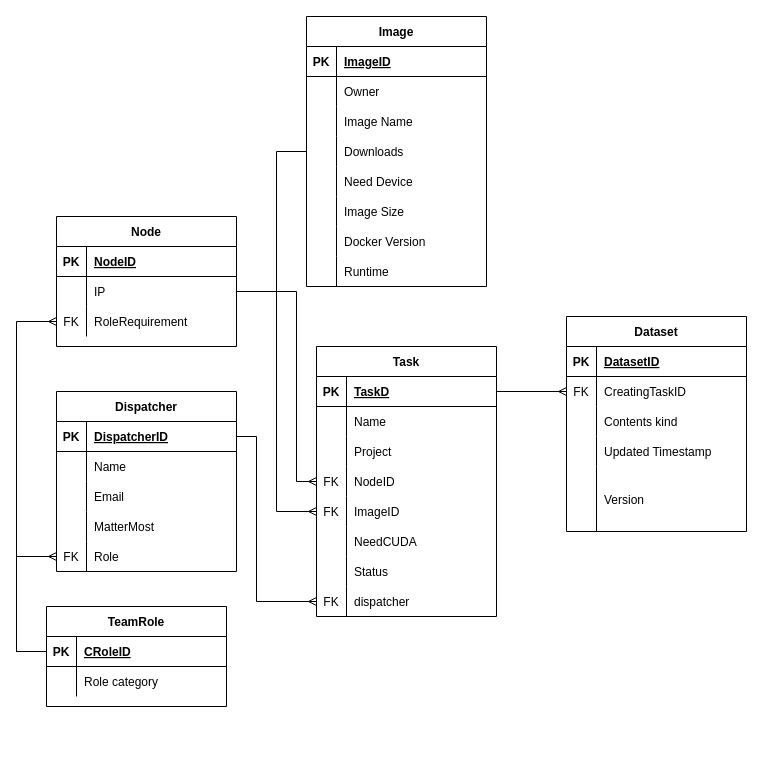
Earlier version of the draw.io diagram page "Страница 1" (1 of 2) of labs/lab01_no_bs/er2.drawio (awarebayes/bases). Source tidied: cells renumbered, new cells numbered last; positions are measured from the earlier drawing's top-left corner, leaving out a move shared by most shapes. Both pictures are drawn from the tidied source at 100%, with x=0, y=0 at pixel (16, 16).
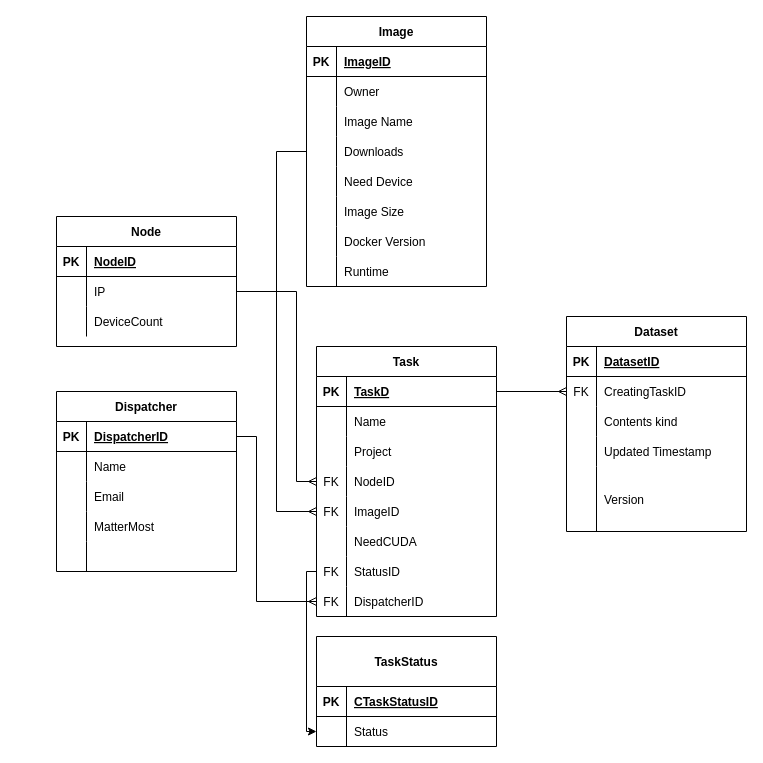
After the change.

The change refers to these unchanged cells:
```xml
<mxCell id="21" style="shape=partialRectangle;fillColor=none;top=0;left=0;bottom=0;right=0;points=[[0,0.5],[1,0.5]];portConstraint=eastwest;" parent="2" vertex="1">
  <mxGeometry y="210" width="180" height="30" as="geometry" />
</mxCell>
<mxCell id="24" style="shape=partialRectangle;fillColor=none;top=0;left=0;bottom=0;right=0;points=[[0,0.5],[1,0.5]];portConstraint=eastwest;" parent="2" vertex="1">
  <mxGeometry y="240" width="180" height="30" as="geometry" />
</mxCell>
<mxCell id="40" style="shape=partialRectangle;fillColor=none;top=0;left=0;bottom=0;right=0;points=[[0,0.5],[1,0.5]];portConstraint=eastwest;" parent="27" vertex="1">
  <mxGeometry y="150" width="180" height="30" as="geometry" />
</mxCell>
<mxCell id="100" style="shape=partialRectangle;fillColor=none;top=0;left=0;bottom=0;right=0;points=[[0,0.5],[1,0.5]];portConstraint=eastwest;" parent="93" vertex="1">
  <mxGeometry y="90" width="180" height="30" as="geometry" />
</mxCell>
```

The edit, as a diff of the source:
```diff
@@
-    <mxCell id="22" style="shape=partialRectangle;fillColor=none;top=0;left=0;bottom=0;right=0;overflow=hidden;" parent="21" vertex="1">
+    <mxCell id="22" value="FK" style="shape=partialRectangle;fillColor=none;top=0;left=0;bottom=0;right=0;overflow=hidden;" parent="21" vertex="1">
       <mxGeometry width="30" height="30" as="geometry" />
     </mxCell>
-    <mxCell id="23" value="Status" style="shape=partialRectangle;fillColor=none;top=0;left=0;bottom=0;right=0;align=left;spacingLeft=6;overflow=hidden;" parent="21" vertex="1">
+    <mxCell id="23" value="StatusID" style="shape=partialRectangle;fillColor=none;top=0;left=0;bottom=0;right=0;align=left;spacingLeft=6;overflow=hidden;" parent="21" vertex="1">
       <mxGeometry x="30" width="150" height="30" as="geometry" />
     </mxCell>
@@
-    <mxCell id="26" value="dispatcher" style="shape=partialRectangle;fillColor=none;top=0;left=0;bottom=0;right=0;align=left;spacingLeft=6;overflow=hidden;" parent="24" vertex="1">
+    <mxCell id="26" value="DispatcherID" style="shape=partialRectangle;fillColor=none;top=0;left=0;bottom=0;right=0;align=left;spacingLeft=6;overflow=hidden;" parent="24" vertex="1">
       <mxGeometry x="30" width="150" height="30" as="geometry" />
     </mxCell>
@@
-    <mxCell id="41" value="FK" style="shape=partialRectangle;fillColor=none;top=0;left=0;bottom=0;right=0;overflow=hidden;" parent="40" vertex="1">
+    <mxCell id="41" style="shape=partialRectangle;fillColor=none;top=0;left=0;bottom=0;right=0;overflow=hidden;" parent="40" vertex="1">
       <mxGeometry width="30" height="30" as="geometry" />
     </mxCell>
-    <mxCell id="42" value="Role" style="shape=partialRectangle;fillColor=none;top=0;left=0;bottom=0;right=0;align=left;spacingLeft=6;overflow=hidden;" parent="40" vertex="1">
+    <mxCell id="42" style="shape=partialRectangle;fillColor=none;top=0;left=0;bottom=0;right=0;align=left;spacingLeft=6;overflow=hidden;" parent="40" vertex="1">
       <mxGeometry x="30" width="150" height="30" as="geometry" />
     </mxCell>
@@
-    <mxCell id="85" value="TeamRole" style="shape=table;startSize=30;childLayout=tableLayout;rowLines=0;fontStyle=1;align=center;" parent="1" vertex="1">
-      <mxGeometry x="30" y="590" width="180" height="100" as="geometry" />
+    <mxCell id="85" value="TaskStatus" style="shape=table;startSize=50;childLayout=tableLayout;rowLines=0;fontStyle=1;align=center;" parent="1" vertex="1">
+      <mxGeometry x="300" y="620" width="180" height="110" as="geometry" />
     </mxCell>
     <mxCell id="86" style="shape=partialRectangle;fillColor=none;top=0;left=0;bottom=1;right=0;points=[[0,0.5],[1,0.5]];portConstraint=eastwest;" parent="85" vertex="1">
-      <mxGeometry y="30" width="180" height="30" as="geometry" />
+      <mxGeometry y="50" width="180" height="30" as="geometry" />
     </mxCell>
@@
-    <mxCell id="88" value="CRoleID" style="shape=partialRectangle;fillColor=none;top=0;left=0;bottom=0;right=0;align=left;spacingLeft=6;fontStyle=5;overflow=hidden;" parent="86" vertex="1">
+    <mxCell id="88" value="CTaskStatusID" style="shape=partialRectangle;fillColor=none;top=0;left=0;bottom=0;right=0;align=left;spacingLeft=6;fontStyle=5;overflow=hidden;" parent="86" vertex="1">
       <mxGeometry x="30" width="150" height="30" as="geometry" />
     </mxCell>
     <mxCell id="89" style="shape=partialRectangle;fillColor=none;top=0;left=0;bottom=0;right=0;points=[[0,0.5],[1,0.5]];portConstraint=eastwest;" parent="85" vertex="1">
-      <mxGeometry y="60" width="180" height="30" as="geometry" />
+      <mxGeometry y="80" width="180" height="30" as="geometry" />
     </mxCell>
@@
-    <mxCell id="91" value="Role category" style="shape=partialRectangle;fillColor=none;top=0;left=0;bottom=0;right=0;align=left;spacingLeft=6;overflow=hidden;" parent="89" vertex="1">
+    <mxCell id="91" value="Status" style="shape=partialRectangle;fillColor=none;top=0;left=0;bottom=0;right=0;align=left;spacingLeft=6;overflow=hidden;" parent="89" vertex="1">
       <mxGeometry x="30" width="150" height="30" as="geometry" />
     </mxCell>
-    <mxCell id="92" style="edgeStyle=orthogonalEdgeStyle;rounded=0;jettySize=auto;html=1;exitX=0;exitY=0.5;exitDx=0;exitDy=0;endArrow=ERmany;endFill=0;entryX=0;entryY=0.5;entryDx=0;entryDy=0;" parent="1" edge="1" source="86" target="40">
-      <mxGeometry relative="1" as="geometry">
-        <Array as="points">
-          <mxPoint y="635" />
-          <mxPoint y="540" />
-        </Array>
-      </mxGeometry>
-    </mxCell>
@@
-    <mxCell id="101" value="FK" style="shape=partialRectangle;fillColor=none;top=0;left=0;bottom=0;right=0;overflow=hidden;" parent="100" vertex="1">
+    <mxCell id="101" style="shape=partialRectangle;fillColor=none;top=0;left=0;bottom=0;right=0;overflow=hidden;" parent="100" vertex="1">
       <mxGeometry width="30" height="30" as="geometry" />
     </mxCell>
-    <mxCell id="102" value="RoleRequirement" style="shape=partialRectangle;fillColor=none;top=0;left=0;bottom=0;right=0;align=left;spacingLeft=6;overflow=hidden;" parent="100" vertex="1">
+    <mxCell id="102" value="DeviceCount" style="shape=partialRectangle;fillColor=none;top=0;left=0;bottom=0;right=0;align=left;spacingLeft=6;overflow=hidden;" parent="100" vertex="1">
       <mxGeometry x="30" width="150" height="30" as="geometry" />
     </mxCell>
@@
-    <mxCell id="106" style="edgeStyle=orthogonalEdgeStyle;shape=connector;rounded=0;html=1;exitX=0;exitY=0.5;exitDx=0;exitDy=0;entryX=0;entryY=0.5;entryDx=0;entryDy=0;labelBackgroundColor=default;fontFamily=Helvetica;fontSize=11;fontColor=default;endArrow=ERmany;endFill=0;strokeColor=default;" parent="1" edge="1" source="86" target="100">
-      <mxGeometry relative="1" as="geometry">
-        <Array as="points">
-          <mxPoint y="635" />
-          <mxPoint y="305" />
-        </Array>
-      </mxGeometry>
+    <mxCell id="106" style="edgeStyle=orthogonalEdgeStyle;html=1;exitX=0;exitY=0.5;exitDx=0;exitDy=0;entryX=0;entryY=0.5;entryDx=0;entryDy=0;rounded=0;" parent="1" edge="1" source="21" target="89">
+      <mxGeometry relative="1" as="geometry" />
     </mxCell>
```
